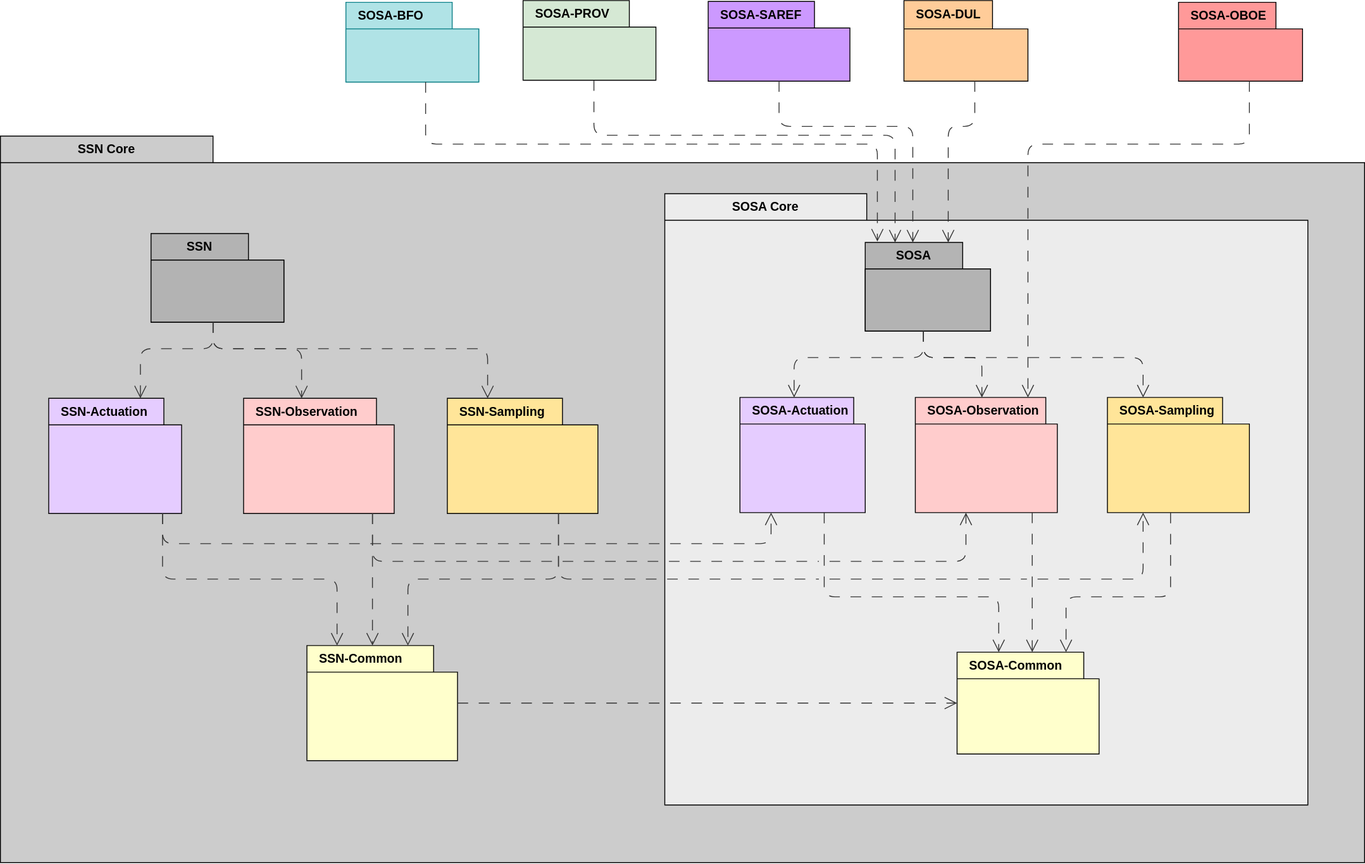
Before: ssn/images/SSN-alignment-modules.svg, a diagram exported from draw.io (w3c/sdw-sosa-ssn). Source tidied: cells renumbered, new cells last; positions are measured from the earlier drawing's top-left corner, leaving out a move shared by most shapes.
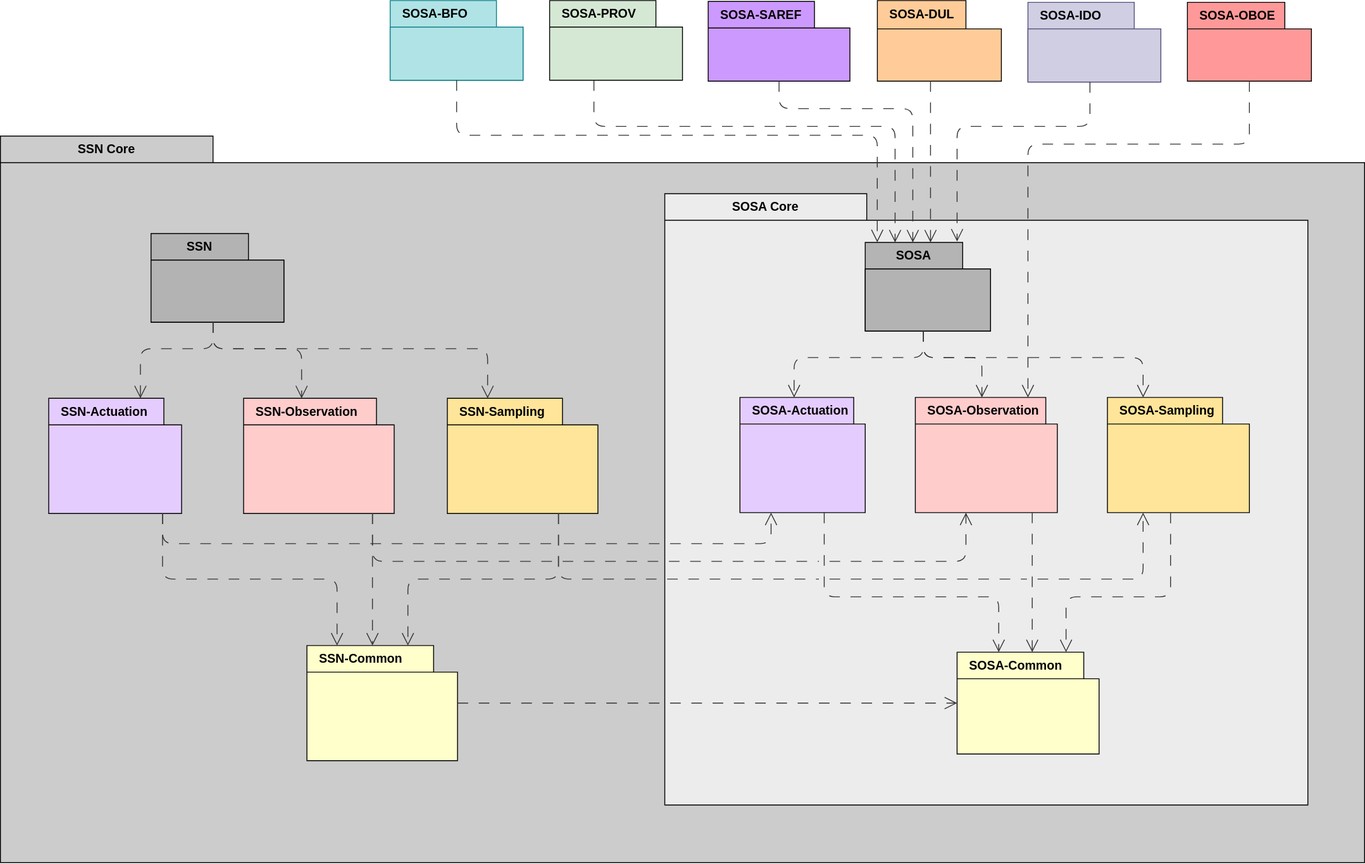
Later version of the same file.

Commit message:
Update alignments package diagram

The edit, as a diff of the source:
```diff
@@ -217,7 +217,7 @@
       </mxGeometry>
     </mxCell>
     <mxCell id="41" value="&lt;font style=&quot;font-size: 14px;&quot;&gt;SOSA-DUL&lt;/font&gt;" style="shape=folder;fontStyle=1;tabWidth=100;tabHeight=32;tabPosition=left;html=1;boundedLbl=1;labelInHeader=1;whiteSpace=wrap;strokeColor=default;align=left;verticalAlign=middle;spacingLeft=12;fontFamily=Helvetica;fontSize=12;fontColor=default;fillColor=#FFCC99;strokeWidth=1;convertToSvg=1;" parent="1" vertex="1">
-      <mxGeometry x="1020" width="140" height="91" as="geometry" />
+      <mxGeometry x="990" width="140" height="91" as="geometry" />
     </mxCell>
     <mxCell id="42" style="html=1;strokeColor=none;fillColor=none;whiteSpace=wrap;align=left;verticalAlign=middle;spacingLeft=12;fontFamily=Helvetica;fontSize=12;fontColor=default;fontStyle=1;strokeWidth=1;convertToSvg=1;" parent="41" vertex="1">
       <mxGeometry width="140" height="63.7" relative="1" as="geometry">
@@ -225,7 +225,7 @@
       </mxGeometry>
     </mxCell>
     <mxCell id="43" value="&lt;font style=&quot;font-size: 14px;&quot;&gt;SOSA-OBOE&lt;/font&gt;" style="shape=folder;fontStyle=1;tabWidth=110;tabHeight=30;tabPosition=left;html=1;boundedLbl=1;labelInHeader=1;whiteSpace=wrap;strokeColor=default;align=left;verticalAlign=middle;spacingLeft=12;fontFamily=Helvetica;fontSize=12;fontColor=default;fillColor=#FF9999;strokeWidth=1;convertToSvg=1;" parent="1" vertex="1">
-      <mxGeometry x="1330" y="2" width="140" height="89" as="geometry" />
+      <mxGeometry x="1340" y="2" width="140" height="89" as="geometry" />
     </mxCell>
     <mxCell id="44" style="html=1;strokeColor=none;fillColor=none;whiteSpace=wrap;align=left;verticalAlign=middle;spacingLeft=12;fontFamily=Helvetica;fontSize=12;fontColor=default;fontStyle=1;strokeWidth=1;convertToSvg=1;" parent="43" vertex="1">
       <mxGeometry width="140" height="62.3" relative="1" as="geometry">
@@ -233,7 +233,7 @@
       </mxGeometry>
     </mxCell>
     <mxCell id="45" value="&lt;font style=&quot;font-size: 14px;&quot;&gt;SOSA-PROV&lt;/font&gt;" style="shape=folder;fontStyle=1;tabWidth=120;tabHeight=30;tabPosition=left;html=1;boundedLbl=1;labelInHeader=1;whiteSpace=wrap;strokeColor=default;align=left;verticalAlign=middle;spacingLeft=12;fontFamily=Helvetica;fontSize=12;fontColor=default;fillColor=#D5E8D4;strokeWidth=1;convertToSvg=1;" parent="1" vertex="1">
-      <mxGeometry x="590" width="150" height="90" as="geometry" />
+      <mxGeometry x="620" width="150" height="90" as="geometry" />
     </mxCell>
     <mxCell id="46" style="html=1;strokeColor=none;fillColor=none;whiteSpace=wrap;align=left;verticalAlign=middle;spacingLeft=12;fontFamily=Helvetica;fontSize=12;fontColor=default;fontStyle=1;strokeWidth=1;convertToSvg=1;" parent="45" vertex="1">
       <mxGeometry width="150" height="63" relative="1" as="geometry">
@@ -259,43 +259,59 @@
     <mxCell id="50" style="html=1;jettySize=18;whiteSpace=wrap;fontSize=13;strokeColor=#333333;strokeOpacity=100;fixDash=1;strokeWidth=1;rounded=1;arcSize=24;edgeStyle=orthogonalEdgeStyle;startArrow=none;endArrow=open;lucidId=S1U.udle6dnT;dashed=1;dashPattern=12 12;convertToSvg=1;jumpStyle=gap;jumpSize=12;fontColor=default;endSize=12;" parent="1" edge="1" source="45" target="13">
       <mxGeometry relative="1" as="geometry">
         <Array as="points">
-          <mxPoint x="670" y="152" />
-          <mxPoint x="1010" y="152" />
+          <mxPoint x="670" y="142" />
+          <mxPoint x="1010" y="142" />
         </Array>
       </mxGeometry>
     </mxCell>
     <mxCell id="51" style="html=1;jettySize=18;whiteSpace=wrap;fontSize=13;strokeColor=#333333;strokeOpacity=100;fixDash=1;strokeWidth=1;rounded=1;arcSize=24;edgeStyle=orthogonalEdgeStyle;startArrow=none;endArrow=open;lucidId=S1U.udle6dnT;dashed=1;dashPattern=12 12;convertToSvg=1;jumpStyle=gap;jumpSize=12;fontColor=default;endSize=12;" parent="1" edge="1" source="47" target="13">
       <mxGeometry relative="1" as="geometry">
         <Array as="points">
-          <mxPoint x="879" y="142" />
-          <mxPoint x="1030" y="142" />
+          <mxPoint x="879" y="122" />
+          <mxPoint x="1030" y="122" />
         </Array>
       </mxGeometry>
     </mxCell>
     <mxCell id="52" style="html=1;jettySize=18;whiteSpace=wrap;fontSize=13;strokeColor=#333333;strokeOpacity=100;fixDash=1;strokeWidth=1;rounded=1;arcSize=24;edgeStyle=orthogonalEdgeStyle;startArrow=none;endArrow=open;lucidId=S1U.udle6dnT;dashed=1;dashPattern=12 12;convertToSvg=1;jumpStyle=gap;jumpSize=12;fontColor=default;endSize=12;" parent="1" edge="1" source="41" target="13">
       <mxGeometry relative="1" as="geometry">
         <Array as="points">
-          <mxPoint x="1100" y="142" />
-          <mxPoint x="1070" y="142" />
+          <mxPoint x="1050" y="112" />
+          <mxPoint x="1050" y="112" />
         </Array>
       </mxGeometry>
     </mxCell>
-    <mxCell id="53" value="&lt;font style=&quot;font-size: 14px;&quot;&gt;SOSA-BFO&lt;/font&gt;" style="shape=folder;fontStyle=1;tabWidth=120;tabHeight=30;tabPosition=left;html=1;boundedLbl=1;labelInHeader=1;whiteSpace=wrap;strokeColor=#0e8088;align=left;verticalAlign=middle;spacingLeft=12;fontFamily=Helvetica;fontSize=12;fillColor=#b0e3e6;strokeWidth=1;convertToSvg=1;" parent="1" vertex="1">
-      <mxGeometry x="390" y="2" width="150" height="90" as="geometry" />
+    <mxCell id="53" value="&lt;font style=&quot;font-size: 14px;&quot;&gt;SOSA-IDO&lt;/font&gt;" style="shape=folder;fontStyle=1;tabWidth=120;tabHeight=30;tabPosition=left;html=1;boundedLbl=1;labelInHeader=1;whiteSpace=wrap;strokeColor=#56517e;align=left;verticalAlign=middle;spacingLeft=12;fontFamily=Helvetica;fontSize=12;fillColor=#d0cee2;strokeWidth=1;convertToSvg=1;" parent="1" vertex="1">
+      <mxGeometry x="1160" y="2" width="150" height="90" as="geometry" />
     </mxCell>
-    <mxCell id="54" style="html=1;strokeColor=#0e8088;fillColor=#b0e3e6;whiteSpace=wrap;align=left;verticalAlign=middle;spacingLeft=12;fontFamily=Helvetica;fontSize=12;fontStyle=1;strokeWidth=1;convertToSvg=1;" parent="53" vertex="1">
+    <mxCell id="54" style="html=1;strokeColor=#56517e;fillColor=#d0cee2;whiteSpace=wrap;align=left;verticalAlign=middle;spacingLeft=12;fontFamily=Helvetica;fontSize=12;fontStyle=1;strokeWidth=1;convertToSvg=1;" parent="53" vertex="1">
       <mxGeometry width="150" height="60" relative="1" as="geometry">
         <mxPoint y="30" as="offset" />
       </mxGeometry>
     </mxCell>
     <mxCell id="55" style="html=1;jettySize=18;whiteSpace=wrap;fontSize=13;strokeColor=#333333;strokeOpacity=100;fixDash=1;strokeWidth=1;rounded=1;arcSize=24;edgeStyle=orthogonalEdgeStyle;startArrow=none;endArrow=open;lucidId=S1U.udle6dnT;dashed=1;dashPattern=12 12;convertToSvg=1;jumpStyle=gap;jumpSize=12;fontColor=default;endSize=12;" parent="1" edge="1" source="53">
       <mxGeometry relative="1" as="geometry">
-        <mxPoint x="990" y="272" as="targetPoint" />
+        <mxPoint x="1080" y="272" as="targetPoint" />
         <Array as="points">
-          <mxPoint x="480" y="162" />
-          <mxPoint x="990" y="162" />
+          <mxPoint x="1230" y="142" />
+          <mxPoint x="1080" y="142" />
         </Array>
       </mxGeometry>
     </mxCell>
+    <mxCell id="56" value="&lt;font style=&quot;font-size: 14px;&quot;&gt;SOSA-BFO&lt;/font&gt;" style="shape=folder;fontStyle=1;tabWidth=120;tabHeight=30;tabPosition=left;html=1;boundedLbl=1;labelInHeader=1;whiteSpace=wrap;strokeColor=#0e8088;align=left;verticalAlign=middle;spacingLeft=12;fontFamily=Helvetica;fontSize=12;fillColor=#b0e3e6;strokeWidth=1;convertToSvg=1;" parent="1" vertex="1">
+      <mxGeometry x="440" width="150" height="90" as="geometry" />
+    </mxCell>
+    <mxCell id="57" style="html=1;strokeColor=#0e8088;fillColor=#b0e3e6;whiteSpace=wrap;align=left;verticalAlign=middle;spacingLeft=12;fontFamily=Helvetica;fontSize=12;fontStyle=1;strokeWidth=1;convertToSvg=1;" parent="56" vertex="1">
+      <mxGeometry width="150" height="60" relative="1" as="geometry">
+        <mxPoint y="30" as="offset" />
+      </mxGeometry>
+    </mxCell>
+    <mxCell id="58" style="html=1;jettySize=18;whiteSpace=wrap;fontSize=13;strokeColor=#333333;strokeOpacity=100;fixDash=1;strokeWidth=1;rounded=1;arcSize=24;edgeStyle=orthogonalEdgeStyle;startArrow=none;endArrow=open;lucidId=S1U.udle6dnT;dashed=1;dashPattern=12 12;convertToSvg=1;jumpStyle=gap;jumpSize=12;fontColor=default;endSize=12;entryX=0.096;entryY=-0.002;entryDx=0;entryDy=0;entryPerimeter=0;" parent="1" edge="1" source="56" target="13">
+      <mxGeometry relative="1" as="geometry">
+        <Array as="points">
+          <mxPoint x="515" y="152" />
+          <mxPoint x="990" y="152" />
+        </Array>
+      </mxGeometry>
+    </mxCell>
   </root>
 </mxGraphModel>
```
